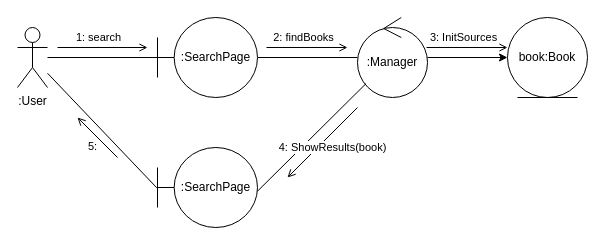
Above: page "Анализ" (3 of 3) of lab1/lab1.drawio in YuumiEnjoyer/OOAP (draw.io), before the change. Source tidied: cells renumbered, new cells numbered last; positions are measured from the earlier drawing's top-left corner, leaving out a move shared by most shapes. Both pictures are drawn from the tidied source at 100%, with x=0, y=0 at pixel (17, 17).
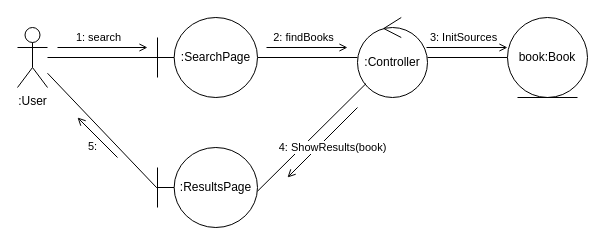
After the change.

The change refers to these unchanged cells:
```xml
<mxCell id="10" value="book:Book" style="ellipse;shape=umlEntity;whiteSpace=wrap;html=1;" parent="1" vertex="1">
  <mxGeometry x="490" width="80" height="80" as="geometry" />
</mxCell>
```

What changed in the source:
```diff
@@
-    <mxCell id="7" style="edgeStyle=orthogonalEdgeStyle;rounded=0;jettySize=auto;html=1;" parent="1" edge="1" source="8" target="10">
+    <mxCell id="7" style="edgeStyle=orthogonalEdgeStyle;rounded=0;jettySize=auto;html=1;endArrow=none;endFill=0;" parent="1" edge="1" source="8" target="10">
       <mxGeometry relative="1" as="geometry" />
     </mxCell>
-    <mxCell id="8" value=":Manager" style="ellipse;shape=umlControl;whiteSpace=wrap;html=1;" parent="1" vertex="1">
+    <mxCell id="8" value=":Controller" style="ellipse;shape=umlControl;whiteSpace=wrap;html=1;" parent="1" vertex="1">
       <mxGeometry x="340" width="70" height="80" as="geometry" />
     </mxCell>
@@
-    <mxCell id="11" value=":SearchPage" style="shape=umlBoundary;whiteSpace=wrap;html=1;" parent="1" vertex="1">
+    <mxCell id="11" value=":ResultsPage" style="shape=umlBoundary;whiteSpace=wrap;html=1;" parent="1" vertex="1">
       <mxGeometry x="140" y="130" width="100" height="80" as="geometry" />
     </mxCell>
```
